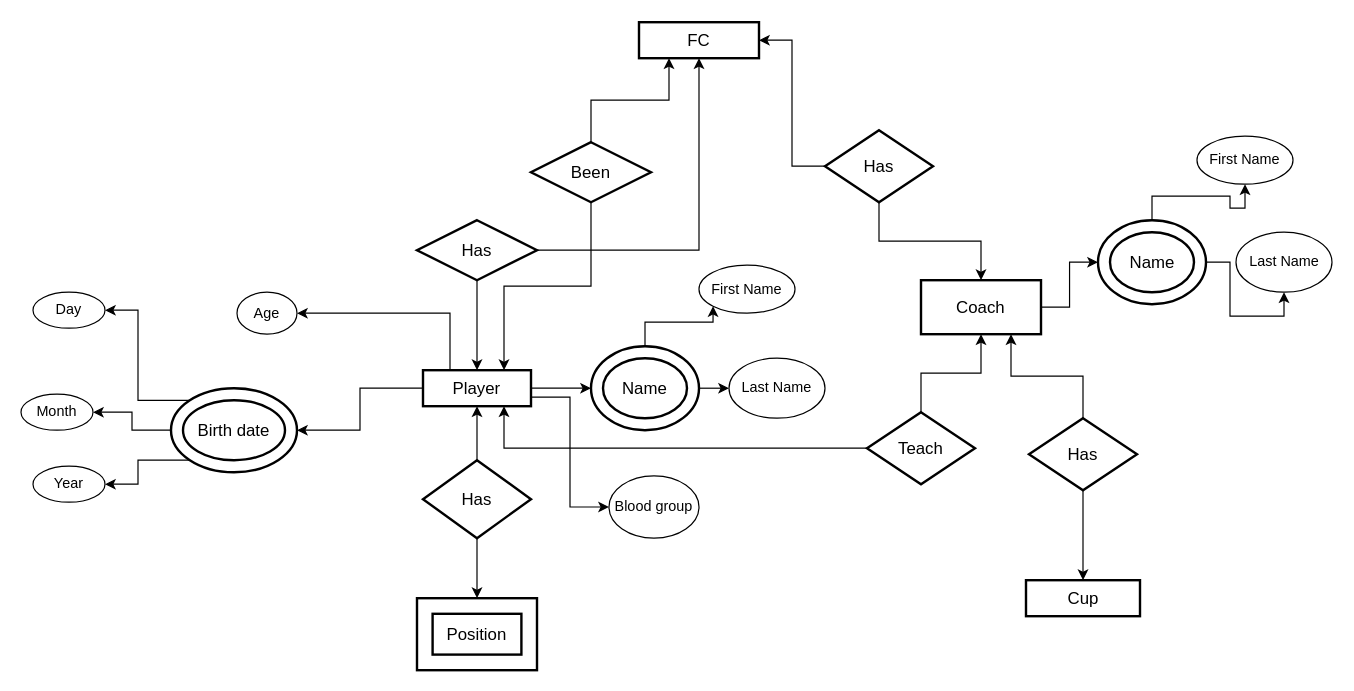
Before: ER-Assignment.drawio in ali4heydari/AP_19, a draw.io diagram. Source tidied: cells renumbered, new cells numbered last; positions are measured from the earlier drawing's top-left corner, leaving out a move shared by most shapes. Both pictures are drawn from the tidied source at 120%, with x=0, y=0 at pixel (20, 22).
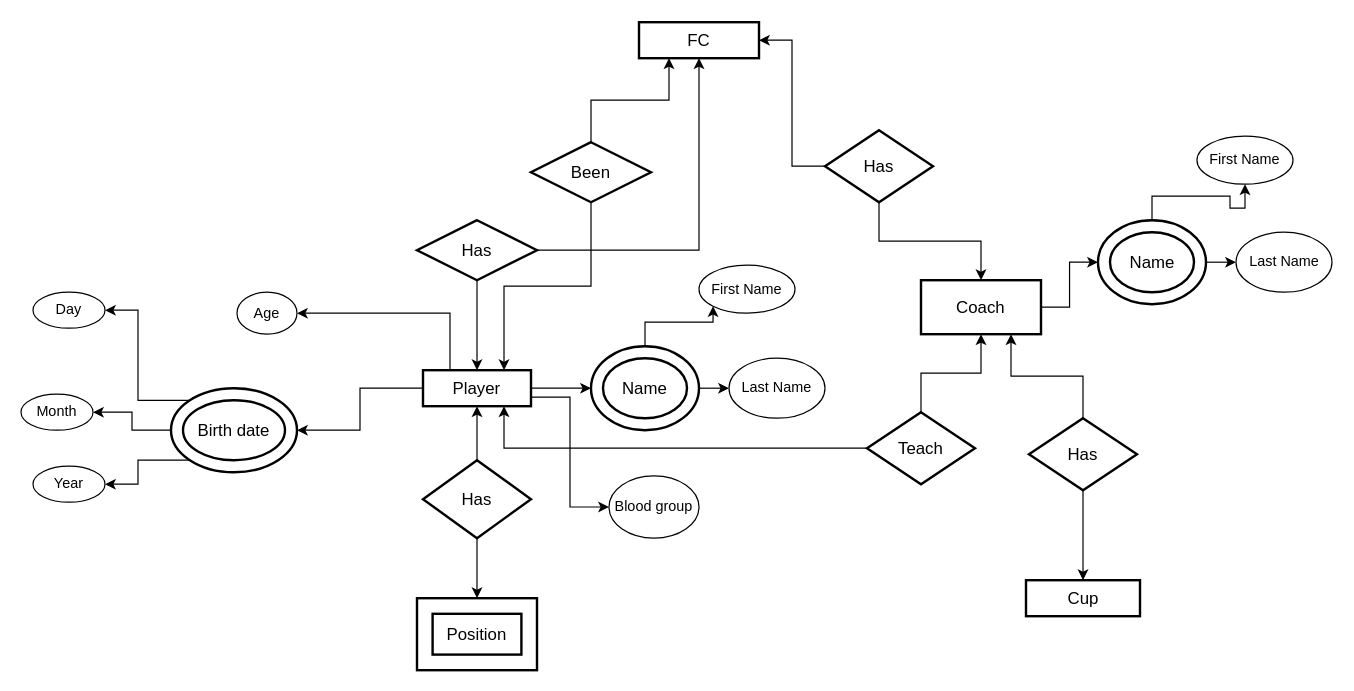
Above is the later version.

The change refers to these unchanged cells:
```xml
<mxCell id="36" value="Name" style="ellipse;shape=doubleEllipse;margin=10;strokeWidth=2;fontSize=14;whiteSpace=wrap;html=1;align=center;" parent="1" vertex="1">
  <mxGeometry x="897.5" y="165" width="90" height="70" as="geometry" />
</mxCell>
<mxCell id="38" value="Last Name" style="ellipse;whiteSpace=wrap;html=1;" parent="1" vertex="1">
  <mxGeometry x="1012.5" y="175" width="80" height="50" as="geometry" />
</mxCell>
```

The edit, as a diff of the source:
```diff
@@
-    <mxCell id="35" style="edgeStyle=orthogonalEdgeStyle;rounded=0;jettySize=auto;html=1;exitX=1;exitY=0.5;exitDx=0;exitDy=0;entryX=0.5;entryY=1;entryDx=0;entryDy=0;" parent="1" edge="1" source="36" target="38">
+    <mxCell id="35" style="edgeStyle=orthogonalEdgeStyle;rounded=0;jettySize=auto;html=1;exitX=1;exitY=0.5;exitDx=0;exitDy=0;entryX=0;entryY=0.5;entryDx=0;entryDy=0;" parent="1" edge="1" source="36" target="38">
       <mxGeometry relative="1" as="geometry" />
     </mxCell>
```
